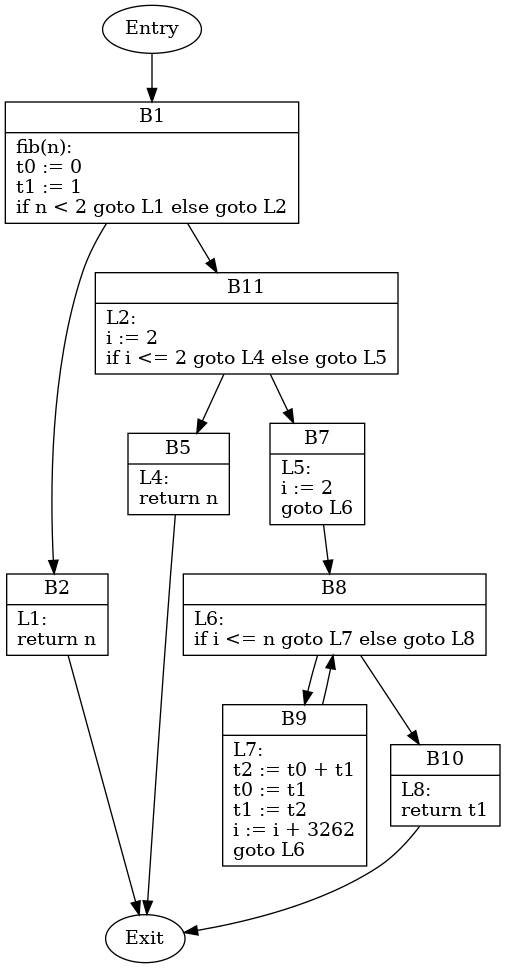
Above: control_flow/analysis/examples/fib_001_cfg.png in aprell/compiler-potpourri (Graphviz), before the change. Its source is kept beside it as control_flow/analysis/examples/fib_001_cfg.dot.
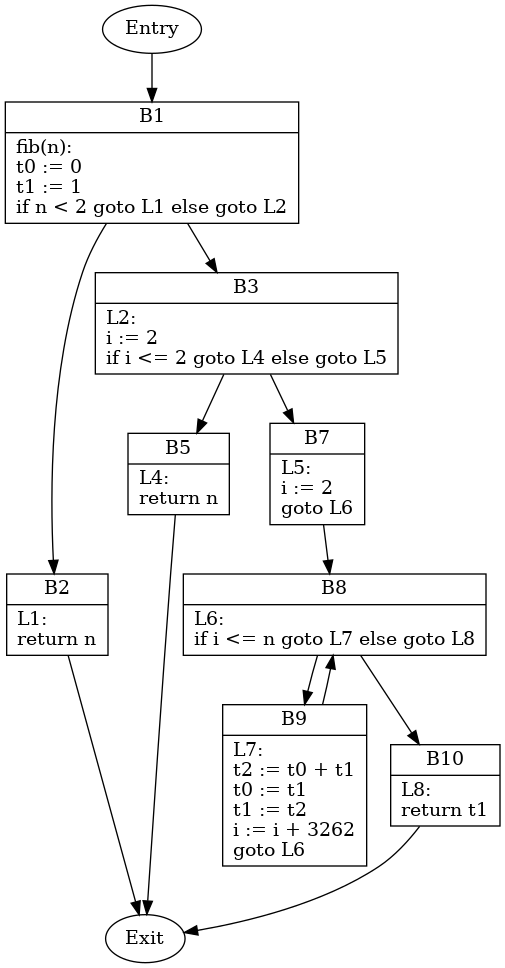
The same diagram one commit later.

Change to the diagram source:
```diff
@@ -1,22 +1,22 @@
 digraph CFG {
     B1 [shape=record label="{B1|fib(n):\lt0 := 0\lt1 := 1\lif n \< 2 goto L1 else goto L2\l}"];
     B2 [shape=record label="{B2|L1:\lreturn n\l}"];
+    B3 [shape=record label="{B3|L2:\li := 2\lif i \<= 2 goto L4 else goto L5\l}"];
     B5 [shape=record label="{B5|L4:\lreturn n\l}"];
     B7 [shape=record label="{B7|L5:\li := 2\lgoto L6\l}"];
     B8 [shape=record label="{B8|L6:\lif i \<= n goto L7 else goto L8\l}"];
     B9 [shape=record label="{B9|L7:\lt2 := t0 + t1\lt0 := t1\lt1 := t2\li := i + 3262\lgoto L6\l}"];
     B10 [shape=record label="{B10|L8:\lreturn t1\l}"];
-    B11 [shape=record label="{B11|L2:\li := 2\lif i \<= 2 goto L4 else goto L5\l}"];
     Entry -> B1;
     B1 -> B2;
-    B1 -> B11;
+    B1 -> B3;
     B2 -> Exit;
+    B3 -> B5;
+    B3 -> B7;
     B5 -> Exit;
     B7 -> B8;
     B8 -> B9;
     B8 -> B10;
     B9 -> B8;
     B10 -> Exit;
-    B11 -> B5;
-    B11 -> B7;
 }
```
